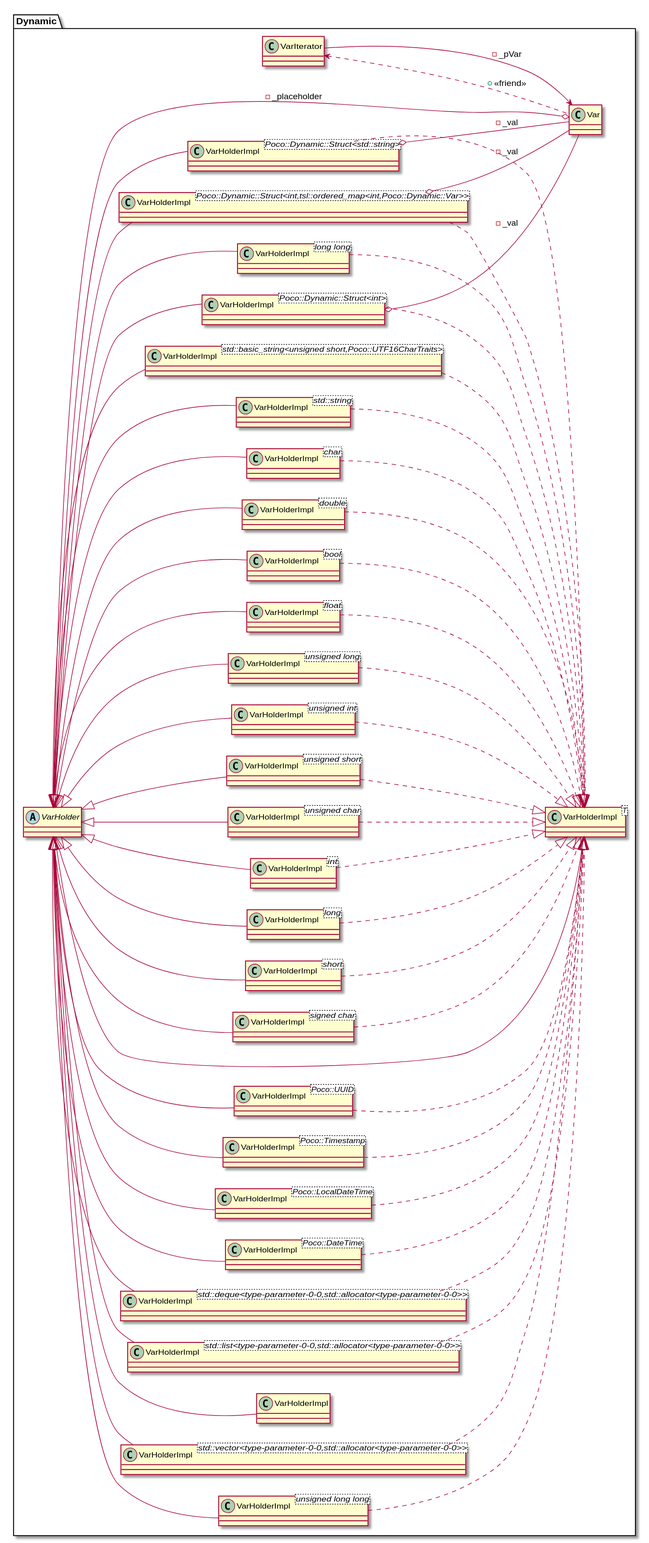
Earlier version of the PlantUML export poco/puml/dynamic_class_diagram.svg (bkryza/clang-uml-examples).
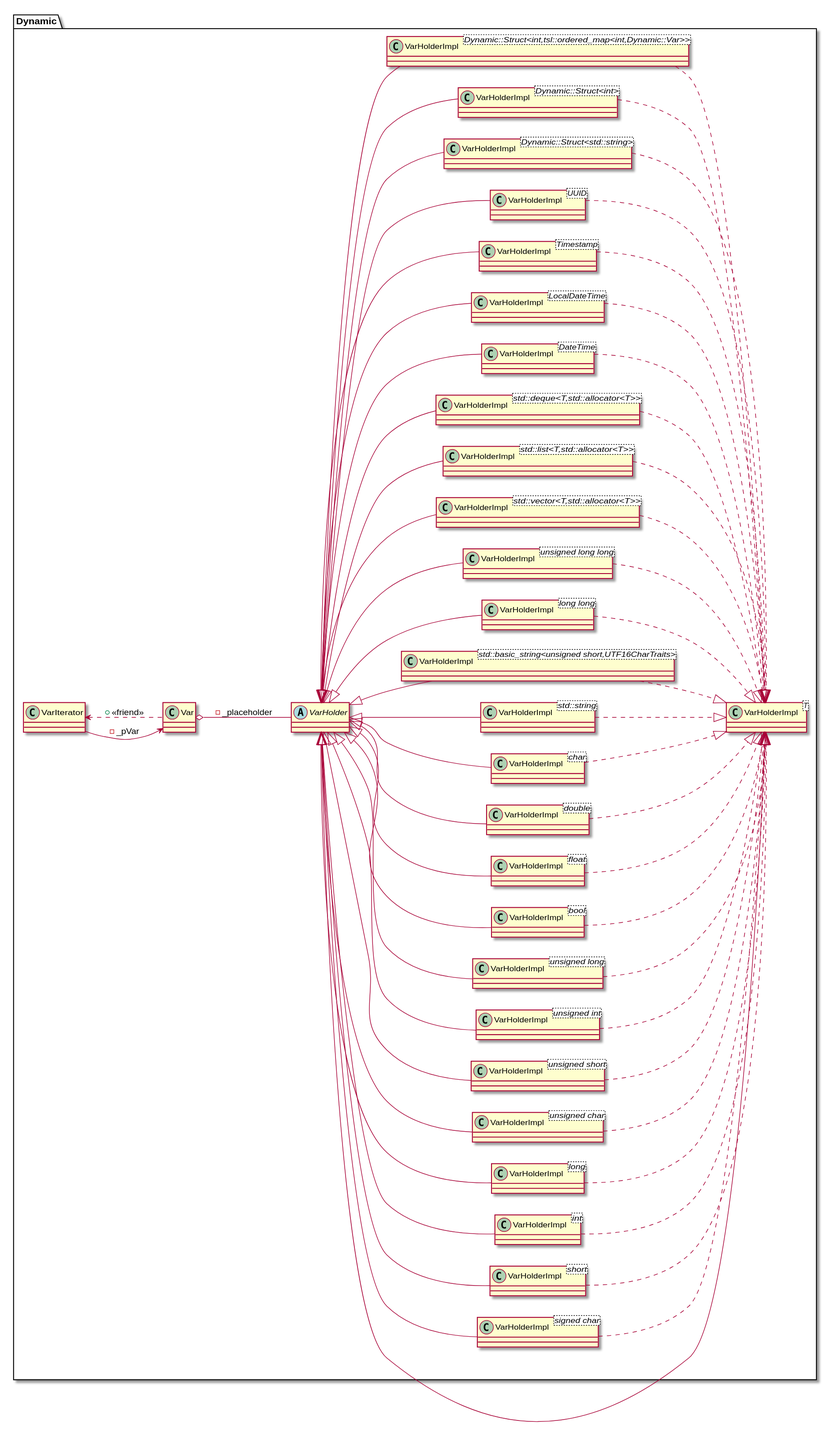
Above is the later version.

The edit, as a diff of the source:
```diff
@@ -2,101 +2,97 @@
 left to right direction
 package [Dynamic] as C_0002281307121949168090 {
 abstract "VarHolder" as C_0000820091630223006238
-abstract C_0000820091630223006238 [[https://github.com/pocoproject/poco/blob/c7f7b8a298bcbf92d686ddbb0a3f691e449cf95e/Foundation/include/Poco/Dynamic/VarHolder.h#L104{VarHolder}]] {
+abstract C_0000820091630223006238 [[https://github.com/pocoproject/poco/blob/9fc117d585e552ae3327b56900df9cc40653d574/Foundation/include/Poco/Dynamic/VarHolder.h#L104{VarHolder}]] {
 }
 class "VarHolderImpl<T>" as C_0001112867090784569162
-class C_0001112867090784569162 [[https://github.com/pocoproject/poco/blob/c7f7b8a298bcbf92d686ddbb0a3f691e449cf95e/Foundation/include/Poco/Dynamic/VarHolder.h#L705{VarHolderImpl}]] {
-}
-class "VarHolderImpl" as C_0002220828280612533118
-class C_0002220828280612533118 [[https://github.com/pocoproject/poco/blob/c7f7b8a298bcbf92d686ddbb0a3f691e449cf95e/Foundation/include/Poco/Dynamic/VarHolder.h#L759{VarHolderImpl}]] {
+class C_0001112867090784569162 [[https://github.com/pocoproject/poco/blob/9fc117d585e552ae3327b56900df9cc40653d574/Foundation/include/Poco/Dynamic/VarHolder.h#L705{VarHolderImpl}]] {
 }
 class "VarHolderImpl<signed char>" as C_0002149165824584484566
-class C_0002149165824584484566 [[https://github.com/pocoproject/poco/blob/c7f7b8a298bcbf92d686ddbb0a3f691e449cf95e/Foundation/include/Poco/Dynamic/VarHolder.h#L759{VarHolderImpl}]] {
+class C_0002149165824584484566 [[https://github.com/pocoproject/poco/blob/9fc117d585e552ae3327b56900df9cc40653d574/Foundation/include/Poco/Dynamic/VarHolder.h#L759{VarHolderImpl}]] {
 }
 class "VarHolderImpl<short>" as C_0000198808093629002393
-class C_0000198808093629002393 [[https://github.com/pocoproject/poco/blob/c7f7b8a298bcbf92d686ddbb0a3f691e449cf95e/Foundation/include/Poco/Dynamic/VarHolder.h#L915{VarHolderImpl}]] {
+class C_0000198808093629002393 [[https://github.com/pocoproject/poco/blob/9fc117d585e552ae3327b56900df9cc40653d574/Foundation/include/Poco/Dynamic/VarHolder.h#L915{VarHolderImpl}]] {
 }
 class "VarHolderImpl<int>" as C_0000976768452323437983
-class C_0000976768452323437983 [[https://github.com/pocoproject/poco/blob/c7f7b8a298bcbf92d686ddbb0a3f691e449cf95e/Foundation/include/Poco/Dynamic/VarHolder.h#L1068{VarHolderImpl}]] {
+class C_0000976768452323437983 [[https://github.com/pocoproject/poco/blob/9fc117d585e552ae3327b56900df9cc40653d574/Foundation/include/Poco/Dynamic/VarHolder.h#L1068{VarHolderImpl}]] {
 }
 class "VarHolderImpl<long>" as C_0001804431617899042426
-class C_0001804431617899042426 [[https://github.com/pocoproject/poco/blob/c7f7b8a298bcbf92d686ddbb0a3f691e449cf95e/Foundation/include/Poco/Dynamic/VarHolder.h#L1220{VarHolderImpl}]] {
+class C_0001804431617899042426 [[https://github.com/pocoproject/poco/blob/9fc117d585e552ae3327b56900df9cc40653d574/Foundation/include/Poco/Dynamic/VarHolder.h#L1220{VarHolderImpl}]] {
 }
 class "VarHolderImpl<unsigned char>" as C_0001832009513687525374
-class C_0001832009513687525374 [[https://github.com/pocoproject/poco/blob/c7f7b8a298bcbf92d686ddbb0a3f691e449cf95e/Foundation/include/Poco/Dynamic/VarHolder.h#L1387{VarHolderImpl}]] {
+class C_0001832009513687525374 [[https://github.com/pocoproject/poco/blob/9fc117d585e552ae3327b56900df9cc40653d574/Foundation/include/Poco/Dynamic/VarHolder.h#L1387{VarHolderImpl}]] {
 }
 class "VarHolderImpl<unsigned short>" as C_0000572186414558919480
-class C_0000572186414558919480 [[https://github.com/pocoproject/poco/blob/c7f7b8a298bcbf92d686ddbb0a3f691e449cf95e/Foundation/include/Poco/Dynamic/VarHolder.h#L1539{VarHolderImpl}]] {
+class C_0000572186414558919480 [[https://github.com/pocoproject/poco/blob/9fc117d585e552ae3327b56900df9cc40653d574/Foundation/include/Poco/Dynamic/VarHolder.h#L1539{VarHolderImpl}]] {
 }
 class "VarHolderImpl<unsigned int>" as C_0000166253842255815357
-class C_0000166253842255815357 [[https://github.com/pocoproject/poco/blob/c7f7b8a298bcbf92d686ddbb0a3f691e449cf95e/Foundation/include/Poco/Dynamic/VarHolder.h#L1691{VarHolderImpl}]] {
+class C_0000166253842255815357 [[https://github.com/pocoproject/poco/blob/9fc117d585e552ae3327b56900df9cc40653d574/Foundation/include/Poco/Dynamic/VarHolder.h#L1691{VarHolderImpl}]] {
 }
 class "VarHolderImpl<unsigned long>" as C_0001459401574844645109
-class C_0001459401574844645109 [[https://github.com/pocoproject/poco/blob/c7f7b8a298bcbf92d686ddbb0a3f691e449cf95e/Foundation/include/Poco/Dynamic/VarHolder.h#L1843{VarHolderImpl}]] {
+class C_0001459401574844645109 [[https://github.com/pocoproject/poco/blob/9fc117d585e552ae3327b56900df9cc40653d574/Foundation/include/Poco/Dynamic/VarHolder.h#L1843{VarHolderImpl}]] {
 }
 class "VarHolderImpl<bool>" as C_0000599279109574326060
-class C_0000599279109574326060 [[https://github.com/pocoproject/poco/blob/c7f7b8a298bcbf92d686ddbb0a3f691e449cf95e/Foundation/include/Poco/Dynamic/VarHolder.h#L2016{VarHolderImpl}]] {
+class C_0000599279109574326060 [[https://github.com/pocoproject/poco/blob/9fc117d585e552ae3327b56900df9cc40653d574/Foundation/include/Poco/Dynamic/VarHolder.h#L2016{VarHolderImpl}]] {
 }
 class "VarHolderImpl<float>" as C_0000384619052225252533
-class C_0000384619052225252533 [[https://github.com/pocoproject/poco/blob/c7f7b8a298bcbf92d686ddbb0a3f691e449cf95e/Foundation/include/Poco/Dynamic/VarHolder.h#L2166{VarHolderImpl}]] {
+class C_0000384619052225252533 [[https://github.com/pocoproject/poco/blob/9fc117d585e552ae3327b56900df9cc40653d574/Foundation/include/Poco/Dynamic/VarHolder.h#L2166{VarHolderImpl}]] {
 }
 class "VarHolderImpl<double>" as C_0002242257052791493112
-class C_0002242257052791493112 [[https://github.com/pocoproject/poco/blob/c7f7b8a298bcbf92d686ddbb0a3f691e449cf95e/Foundation/include/Poco/Dynamic/VarHolder.h#L2319{VarHolderImpl}]] {
+class C_0002242257052791493112 [[https://github.com/pocoproject/poco/blob/9fc117d585e552ae3327b56900df9cc40653d574/Foundation/include/Poco/Dynamic/VarHolder.h#L2319{VarHolderImpl}]] {
 }
 class "VarHolderImpl<char>" as C_0001942181379759217898
-class C_0001942181379759217898 [[https://github.com/pocoproject/poco/blob/c7f7b8a298bcbf92d686ddbb0a3f691e449cf95e/Foundation/include/Poco/Dynamic/VarHolder.h#L2478{VarHolderImpl}]] {
+class C_0001942181379759217898 [[https://github.com/pocoproject/poco/blob/9fc117d585e552ae3327b56900df9cc40653d574/Foundation/include/Poco/Dynamic/VarHolder.h#L2478{VarHolderImpl}]] {
 }
 class "VarHolderImpl<std::string>" as C_0002291903337356664508
-class C_0002291903337356664508 [[https://github.com/pocoproject/poco/blob/c7f7b8a298bcbf92d686ddbb0a3f691e449cf95e/Foundation/include/Poco/Dynamic/VarHolder.h#L2628{VarHolderImpl}]] {
+class C_0002291903337356664508 [[https://github.com/pocoproject/poco/blob/9fc117d585e552ae3327b56900df9cc40653d574/Foundation/include/Poco/Dynamic/VarHolder.h#L2628{VarHolderImpl}]] {
 }
-class "VarHolderImpl<std::basic_string<unsigned short,Poco::UTF16CharTraits>>" as C_0001280441251658550342
-class C_0001280441251658550342 [[https://github.com/pocoproject/poco/blob/c7f7b8a298bcbf92d686ddbb0a3f691e449cf95e/Foundation/include/Poco/Dynamic/VarHolder.h#L2825{VarHolderImpl}]] {
+class "VarHolderImpl<std::basic_string<unsigned short,UTF16CharTraits>>" as C_0001280441251658550342
+class C_0001280441251658550342 [[https://github.com/pocoproject/poco/blob/9fc117d585e552ae3327b56900df9cc40653d574/Foundation/include/Poco/Dynamic/VarHolder.h#L2825{VarHolderImpl}]] {
 }
 class "VarHolderImpl<long long>" as C_0001646173285346905617
-class C_0001646173285346905617 [[https://github.com/pocoproject/poco/blob/c7f7b8a298bcbf92d686ddbb0a3f691e449cf95e/Foundation/include/Poco/Dynamic/VarHolder.h#L3309{VarHolderImpl}]] {
+class C_0001646173285346905617 [[https://github.com/pocoproject/poco/blob/9fc117d585e552ae3327b56900df9cc40653d574/Foundation/include/Poco/Dynamic/VarHolder.h#L3309{VarHolderImpl}]] {
 }
 class "VarHolderImpl<unsigned long long>" as C_0001583654034047392858
-class C_0001583654034047392858 [[https://github.com/pocoproject/poco/blob/c7f7b8a298bcbf92d686ddbb0a3f691e449cf95e/Foundation/include/Poco/Dynamic/VarHolder.h#L3457{VarHolderImpl}]] {
+class C_0001583654034047392858 [[https://github.com/pocoproject/poco/blob/9fc117d585e552ae3327b56900df9cc40653d574/Foundation/include/Poco/Dynamic/VarHolder.h#L3457{VarHolderImpl}]] {
 }
-class "VarHolderImpl<std::vector<type-parameter-0-0,std::allocator<type-parameter-0-0>>>" as C_0002133497947762084276
-class C_0002133497947762084276 [[https://github.com/pocoproject/poco/blob/c7f7b8a298bcbf92d686ddbb0a3f691e449cf95e/Foundation/include/Poco/Dynamic/VarHolder.h#L3608{VarHolderImpl}]] {
+class "VarHolderImpl<std::vector<T,std::allocator<T>>>" as C_0001958977447667255166
+class C_0001958977447667255166 [[https://github.com/pocoproject/poco/blob/9fc117d585e552ae3327b56900df9cc40653d574/Foundation/include/Poco/Dynamic/VarHolder.h#L3608{VarHolderImpl}]] {
 }
-class "VarHolderImpl<std::list<type-parameter-0-0,std::allocator<type-parameter-0-0>>>" as C_0000249766987467623805
-class C_0000249766987467623805 [[https://github.com/pocoproject/poco/blob/c7f7b8a298bcbf92d686ddbb0a3f691e449cf95e/Foundation/include/Poco/Dynamic/VarHolder.h#L3673{VarHolderImpl}]] {
+class "VarHolderImpl<std::list<T,std::allocator<T>>>" as C_0000080571782585268469
+class C_0000080571782585268469 [[https://github.com/pocoproject/poco/blob/9fc117d585e552ae3327b56900df9cc40653d574/Foundation/include/Poco/Dynamic/VarHolder.h#L3673{VarHolderImpl}]] {
 }
-class "VarHolderImpl<std::deque<type-parameter-0-0,std::allocator<type-parameter-0-0>>>" as C_0000781520838380739124
-class C_0000781520838380739124 [[https://github.com/pocoproject/poco/blob/c7f7b8a298bcbf92d686ddbb0a3f691e449cf95e/Foundation/include/Poco/Dynamic/VarHolder.h#L3748{VarHolderImpl}]] {
+class "VarHolderImpl<std::deque<T,std::allocator<T>>>" as C_0001054432913031815629
+class C_0001054432913031815629 [[https://github.com/pocoproject/poco/blob/9fc117d585e552ae3327b56900df9cc40653d574/Foundation/include/Poco/Dynamic/VarHolder.h#L3748{VarHolderImpl}]] {
 }
-class "VarHolderImpl<Poco::DateTime>" as C_0000699000175415913074
-class C_0000699000175415913074 [[https://github.com/pocoproject/poco/blob/c7f7b8a298bcbf92d686ddbb0a3f691e449cf95e/Foundation/include/Poco/Dynamic/VarHolder.h#L3813{VarHolderImpl}]] {
+class "VarHolderImpl<DateTime>" as C_0000699000175415913074
+class C_0000699000175415913074 [[https://github.com/pocoproject/poco/blob/9fc117d585e552ae3327b56900df9cc40653d574/Foundation/include/Poco/Dynamic/VarHolder.h#L3813{VarHolderImpl}]] {
 }
-class "VarHolderImpl<Poco::LocalDateTime>" as C_0001850771625416044357
-class C_0001850771625416044357 [[https://github.com/pocoproject/poco/blob/c7f7b8a298bcbf92d686ddbb0a3f691e449cf95e/Foundation/include/Poco/Dynamic/VarHolder.h#L3963{VarHolderImpl}]] {
+class "VarHolderImpl<LocalDateTime>" as C_0001850771625416044357
+class C_0001850771625416044357 [[https://github.com/pocoproject/poco/blob/9fc117d585e552ae3327b56900df9cc40653d574/Foundation/include/Poco/Dynamic/VarHolder.h#L3963{VarHolderImpl}]] {
 }
-class "VarHolderImpl<Poco::Timestamp>" as C_0001458511670125196521
-class C_0001458511670125196521 [[https://github.com/pocoproject/poco/blob/c7f7b8a298bcbf92d686ddbb0a3f691e449cf95e/Foundation/include/Poco/Dynamic/VarHolder.h#L4098{VarHolderImpl}]] {
+class "VarHolderImpl<Timestamp>" as C_0001458511670125196521
+class C_0001458511670125196521 [[https://github.com/pocoproject/poco/blob/9fc117d585e552ae3327b56900df9cc40653d574/Foundation/include/Poco/Dynamic/VarHolder.h#L4098{VarHolderImpl}]] {
 }
-class "VarHolderImpl<Poco::UUID>" as C_0001286239480653274581
-class C_0001286239480653274581 [[https://github.com/pocoproject/poco/blob/c7f7b8a298bcbf92d686ddbb0a3f691e449cf95e/Foundation/include/Poco/Dynamic/VarHolder.h#L4233{VarHolderImpl}]] {
+class "VarHolderImpl<UUID>" as C_0001286239480653274581
+class C_0001286239480653274581 [[https://github.com/pocoproject/poco/blob/9fc117d585e552ae3327b56900df9cc40653d574/Foundation/include/Poco/Dynamic/VarHolder.h#L4233{VarHolderImpl}]] {
 }
 class "VarIterator" as C_0002237184725500898553
-class C_0002237184725500898553 [[https://github.com/pocoproject/poco/blob/c7f7b8a298bcbf92d686ddbb0a3f691e449cf95e/Foundation/include/Poco/Dynamic/VarIterator.h#L33{VarIterator}]] {
+class C_0002237184725500898553 [[https://github.com/pocoproject/poco/blob/9fc117d585e552ae3327b56900df9cc40653d574/Foundation/include/Poco/Dynamic/VarIterator.h#L33{VarIterator}]] {
 }
 class "Var" as C_0001827593751126946500
-class C_0001827593751126946500 [[https://github.com/pocoproject/poco/blob/c7f7b8a298bcbf92d686ddbb0a3f691e449cf95e/Foundation/include/Poco/Dynamic/Var.h#L41{Var}]] {
+class C_0001827593751126946500 [[https://github.com/pocoproject/poco/blob/9fc117d585e552ae3327b56900df9cc40653d574/Foundation/include/Poco/Dynamic/Var.h#L41{Var}]] {
 }
-class "VarHolderImpl<Poco::Dynamic::Struct<std::string>>" as C_0001079370368307575613
-class C_0001079370368307575613 [[https://github.com/pocoproject/poco/blob/c7f7b8a298bcbf92d686ddbb0a3f691e449cf95e/Foundation/include/Poco/Dynamic/Struct.h#L252{VarHolderImpl}]] {
+class "VarHolderImpl<Dynamic::Struct<std::string>>" as C_0000069885356623718991
+class C_0000069885356623718991 [[https://github.com/pocoproject/poco/blob/9fc117d585e552ae3327b56900df9cc40653d574/Foundation/include/Poco/Dynamic/Struct.h#L252{VarHolderImpl}]] {
 }
-class "VarHolderImpl<Poco::Dynamic::Struct<int>>" as C_0002033788483863182904
-class C_0002033788483863182904 [[https://github.com/pocoproject/poco/blob/c7f7b8a298bcbf92d686ddbb0a3f691e449cf95e/Foundation/include/Poco/Dynamic/Struct.h#L438{VarHolderImpl}]] {
+class "VarHolderImpl<Dynamic::Struct<int>>" as C_0002033788483863182904
+class C_0002033788483863182904 [[https://github.com/pocoproject/poco/blob/9fc117d585e552ae3327b56900df9cc40653d574/Foundation/include/Poco/Dynamic/Struct.h#L438{VarHolderImpl}]] {
 }
-class "VarHolderImpl<Poco::Dynamic::Struct<int,tsl::ordered_map<int,Poco::Dynamic::Var>>>" as C_0002153171854526901050
-class C_0002153171854526901050 [[https://github.com/pocoproject/poco/blob/c7f7b8a298bcbf92d686ddbb0a3f691e449cf95e/Foundation/include/Poco/Dynamic/Struct.h#L810{VarHolderImpl}]] {
+class "VarHolderImpl<Dynamic::Struct<int,tsl::ordered_map<int,Dynamic::Var>>>" as C_0002153171854526901050
+class C_0002153171854526901050 [[https://github.com/pocoproject/poco/blob/9fc117d585e552ae3327b56900df9cc40653d574/Foundation/include/Poco/Dynamic/Struct.h#L810{VarHolderImpl}]] {
 }
 }
 C_0000820091630223006238 <|-- C_0001112867090784569162
-C_0000820091630223006238 <|-- C_0002220828280612533118
 C_0002149165824584484566 ..|> C_0001112867090784569162
 C_0000820091630223006238 <|-- C_0002149165824584484566
 C_0000198808093629002393 ..|> C_0001112867090784569162
@@ -129,12 +125,12 @@
 C_0000820091630223006238 <|-- C_0001646173285346905617
 C_0001583654034047392858 ..|> C_0001112867090784569162
 C_0000820091630223006238 <|-- C_0001583654034047392858
-C_0002133497947762084276 ..|> C_0001112867090784569162
-C_0000820091630223006238 <|-- C_0002133497947762084276
-C_0000249766987467623805 ..|> C_0001112867090784569162
-C_0000820091630223006238 <|-- C_0000249766987467623805
-C_0000781520838380739124 ..|> C_0001112867090784569162
-C_0000820091630223006238 <|-- C_0000781520838380739124
+C_0001958977447667255166 ..|> C_0001112867090784569162
+C_0000820091630223006238 <|-- C_0001958977447667255166
+C_0000080571782585268469 ..|> C_0001112867090784569162
+C_0000820091630223006238 <|-- C_0000080571782585268469
+C_0001054432913031815629 ..|> C_0001112867090784569162
+C_0000820091630223006238 <|-- C_0001054432913031815629
 C_0000699000175415913074 ..|> C_0001112867090784569162
 C_0000820091630223006238 <|-- C_0000699000175415913074
 C_0001850771625416044357 ..|> C_0001112867090784569162
@@ -146,13 +142,11 @@
 C_0002237184725500898553 --> C_0001827593751126946500 : -_pVar
 C_0002237184725500898553 <.. C_0001827593751126946500 : +<<friend>>
 C_0001827593751126946500 o-- C_0000820091630223006238 : -_placeholder
-C_0001079370368307575613 o-- C_0001827593751126946500 : -_val
-C_0001079370368307575613 ..|> C_0001112867090784569162
-C_0000820091630223006238 <|-- C_0001079370368307575613
-C_0002033788483863182904 o-- C_0001827593751126946500 : -_val
+C_0000069885356623718991 ..|> C_0001112867090784569162
+C_0000820091630223006238 <|-- C_0000069885356623718991
 C_0002033788483863182904 ..|> C_0001112867090784569162
 C_0000820091630223006238 <|-- C_0002033788483863182904
-C_0002153171854526901050 o-- C_0001827593751126946500 : -_val
 C_0002153171854526901050 ..|> C_0001112867090784569162
 C_0000820091630223006238 <|-- C_0002153171854526901050
+
 @enduml
```
